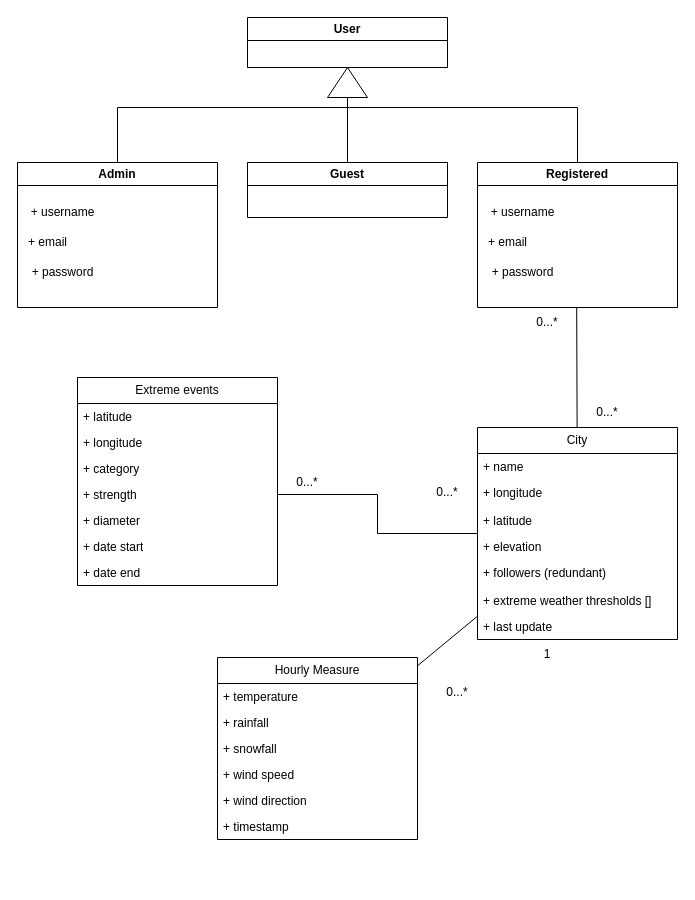
The draw.io diagram uml.drawio in AlessioSmn/Italy-Weather-Prediction-App, before the edit. Source tidied: cells renumbered, new cells numbered last; positions are measured from the earlier drawing's top-left corner, leaving out a move shared by most shapes. Both pictures are drawn from the tidied source at 100%, with x=0, y=0 at pixel (17, 17).
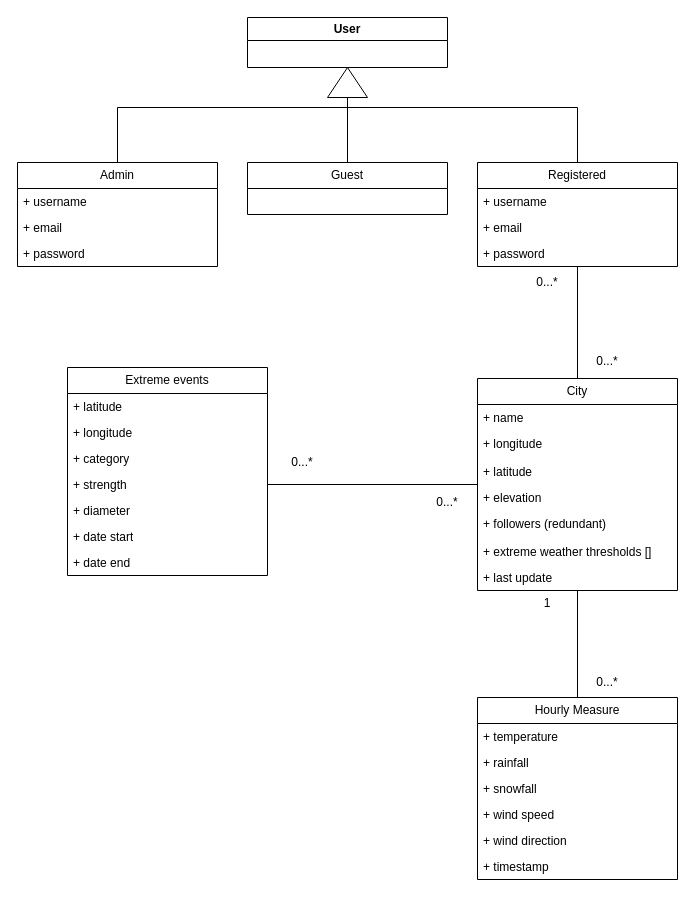
Above is the later version.

Unchanged cells that the change refers to:
```xml
<mxCell id="2" value="User" style="swimlane;whiteSpace=wrap;html=1;startSize=23;" parent="1" vertex="1">
  <mxGeometry x="230" width="200" height="50" as="geometry" />
</mxCell>
```

What changed in the source:
```diff
@@
-    <mxCell id="3" style="edgeStyle=orthogonalEdgeStyle;rounded=0;jettySize=auto;html=1;exitX=0.5;exitY=0;exitDx=0;exitDy=0;entryX=0.5;entryY=1;entryDx=0;entryDy=0;" parent="1" edge="1" source="4" target="2">
+    <mxCell id="3" style="edgeStyle=orthogonalEdgeStyle;rounded=0;jettySize=auto;html=1;entryX=0.5;entryY=1;entryDx=0;entryDy=0;" parent="1" edge="1" source="4" target="2">
       <mxGeometry relative="1" as="geometry" />
     </mxCell>
-    <mxCell id="4" value="Guest" style="swimlane;whiteSpace=wrap;html=1;" parent="1" vertex="1">
-      <mxGeometry x="230" y="145" width="200" height="55" as="geometry" />
-    </mxCell>
-    <mxCell id="5" style="edgeStyle=orthogonalEdgeStyle;rounded=0;jettySize=auto;html=1;exitX=0.5;exitY=0;exitDx=0;exitDy=0;entryX=0.5;entryY=1;entryDx=0;entryDy=0;" parent="1" edge="1" source="6" target="2">
+    <mxCell id="5" style="edgeStyle=orthogonalEdgeStyle;rounded=0;jettySize=auto;html=1;entryX=0.5;entryY=1;entryDx=0;entryDy=0;" parent="1" edge="1" source="6" target="2">
       <mxGeometry relative="1" as="geometry">
         <Array as="points">
           <mxPoint x="100" y="90" />
           <mxPoint x="330" y="90" />
         </Array>
       </mxGeometry>
     </mxCell>
-    <mxCell id="6" value="Admin" style="swimlane;whiteSpace=wrap;html=1;" parent="1" vertex="1">
-      <mxGeometry y="145" width="200" height="145" as="geometry" />
-    </mxCell>
-    <mxCell id="7" value="&lt;div&gt;+ username&lt;/div&gt;" style="text;html=1;align=center;verticalAlign=middle;strokeColor=none;fillColor=none;" parent="6" vertex="1">
-      <mxGeometry y="35" width="90" height="30" as="geometry" />
-    </mxCell>
-    <mxCell id="8" value="+ email" style="text;html=1;align=center;verticalAlign=middle;strokeColor=none;fillColor=none;" parent="6" vertex="1">
-      <mxGeometry y="65" width="60" height="30" as="geometry" />
-    </mxCell>
-    <mxCell id="9" value="+ password" style="text;html=1;align=center;verticalAlign=middle;strokeColor=none;fillColor=none;" parent="6" vertex="1">
-      <mxGeometry y="95" width="90" height="30" as="geometry" />
-    </mxCell>
@@
-    <mxCell id="12" style="endArrow=none;html=1;rounded=0;" parent="1" edge="1" source="31">
-      <mxGeometry relative="1" as="geometry">
-        <mxPoint x="559.2" y="290" as="targetPoint" />
-      </mxGeometry>
+    <mxCell id="12" style="endArrow=none;html=1;rounded=0;" parent="1" edge="1" source="31" target="15">
+      <mxGeometry relative="1" as="geometry" />
     </mxCell>
@@
-    <mxCell id="14" style="group;" parent="1" vertex="1">
-      <mxGeometry x="460" y="145" width="200" height="175" as="geometry" />
-    </mxCell>
-    <mxCell id="15" value="Registered" style="swimlane;whiteSpace=wrap;html=1;startSize=23;" parent="14" vertex="1">
-      <mxGeometry width="200" height="145" as="geometry" />
-    </mxCell>
-    <mxCell id="16" value="&lt;div&gt;+ username&lt;/div&gt;" style="text;html=1;align=center;verticalAlign=middle;strokeColor=none;fillColor=none;" parent="15" vertex="1">
-      <mxGeometry y="35" width="90" height="30" as="geometry" />
-    </mxCell>
-    <mxCell id="17" value="+ email" style="text;html=1;align=center;verticalAlign=middle;strokeColor=none;fillColor=none;" parent="15" vertex="1">
-      <mxGeometry y="65" width="60" height="30" as="geometry" />
-    </mxCell>
-    <mxCell id="18" value="+ password" style="text;html=1;align=center;verticalAlign=middle;strokeColor=none;fillColor=none;" parent="15" vertex="1">
-      <mxGeometry y="95" width="90" height="30" as="geometry" />
-    </mxCell>
-    <mxCell id="19" value="0...*" style="text;html=1;align=center;verticalAlign=middle;whiteSpace=wrap;rounded=0;" parent="14" vertex="1">
-      <mxGeometry x="40" y="145" width="60" height="30" as="geometry" />
-    </mxCell>
     <mxCell id="20" value="Extreme events" style="swimlane;fontStyle=0;horizontal=1;startSize=26;fillColor=none;whiteSpace=wrap;html=1;" parent="1" vertex="1">
-      <mxGeometry x="60" y="360" width="200" height="208" as="geometry" />
+      <mxGeometry x="50" y="350" width="200" height="208" as="geometry" />
     </mxCell>
@@
     <mxCell id="29" value="0...*" style="text;html=1;align=center;verticalAlign=middle;whiteSpace=wrap;rounded=0;" parent="1" vertex="1">
-      <mxGeometry x="260" y="450" width="60" height="30" as="geometry" />
+      <mxGeometry x="255" y="430" width="60" height="30" as="geometry" />
     </mxCell>
     <mxCell id="30" value="0...*" style="text;html=1;align=center;verticalAlign=middle;whiteSpace=wrap;rounded=0;" parent="1" vertex="1">
-      <mxGeometry x="400" y="460" width="60" height="30" as="geometry" />
+      <mxGeometry x="400" y="470" width="60" height="30" as="geometry" />
     </mxCell>
     <mxCell id="31" value="City" style="swimlane;fontStyle=0;horizontal=1;startSize=26;fillColor=none;whiteSpace=wrap;html=1;" parent="1" vertex="1">
-      <mxGeometry x="460" y="410" width="200" height="212" as="geometry" />
+      <mxGeometry x="460" y="361" width="200" height="212" as="geometry" />
     </mxCell>
@@
     <mxCell id="39" value="0...*" style="text;html=1;align=center;verticalAlign=middle;whiteSpace=wrap;rounded=0;" parent="1" vertex="1">
-      <mxGeometry x="560" y="380" width="60" height="30" as="geometry" />
+      <mxGeometry x="560" y="329" width="60" height="30" as="geometry" />
     </mxCell>
     <mxCell id="40" value="Hourly Measure" style="swimlane;fontStyle=0;horizontal=1;startSize=26;fillColor=none;whiteSpace=wrap;html=1;" parent="1" vertex="1">
-      <mxGeometry x="200" y="640" width="200" height="182" as="geometry" />
+      <mxGeometry x="460" y="680" width="200" height="182" as="geometry" />
     </mxCell>
@@
     <mxCell id="47" value="1" style="text;html=1;align=center;verticalAlign=middle;whiteSpace=wrap;rounded=0;" parent="1" vertex="1">
-      <mxGeometry x="500" y="622" width="60" height="30" as="geometry" />
+      <mxGeometry x="500" y="571" width="60" height="30" as="geometry" />
     </mxCell>
     <mxCell id="48" value="0...*" style="text;html=1;align=center;verticalAlign=middle;whiteSpace=wrap;rounded=0;" parent="1" vertex="1">
-      <mxGeometry x="410" y="660" width="60" height="30" as="geometry" />
+      <mxGeometry x="560" y="650" width="60" height="30" as="geometry" />
     </mxCell>
+    <mxCell id="6" value="Admin" style="swimlane;fontStyle=0;horizontal=1;startSize=26;fillColor=none;whiteSpace=wrap;html=1;" parent="1" vertex="1">
+      <mxGeometry y="145" width="200" height="104" as="geometry" />
+    </mxCell>
+    <mxCell id="49" value="+ username" style="text;strokeColor=none;fillColor=none;align=left;verticalAlign=top;spacingLeft=4;spacingRight=4;overflow=hidden;whiteSpace=wrap;html=1;" parent="6" vertex="1">
+      <mxGeometry y="26" width="200" height="26" as="geometry" />
+    </mxCell>
+    <mxCell id="50" value="+ email" style="text;strokeColor=none;fillColor=none;align=left;verticalAlign=top;spacingLeft=4;spacingRight=4;overflow=hidden;whiteSpace=wrap;html=1;" parent="6" vertex="1">
+      <mxGeometry y="52" width="200" height="26" as="geometry" />
+    </mxCell>
+    <mxCell id="51" value="+ password" style="text;strokeColor=none;fillColor=none;align=left;verticalAlign=top;spacingLeft=4;spacingRight=4;overflow=hidden;whiteSpace=wrap;html=1;" parent="6" vertex="1">
+      <mxGeometry y="78" width="200" height="26" as="geometry" />
+    </mxCell>
+    <mxCell id="15" value="Registered" style="swimlane;fontStyle=0;horizontal=1;startSize=26;fillColor=none;whiteSpace=wrap;html=1;" parent="1" vertex="1">
+      <mxGeometry x="460" y="145" width="200" height="104" as="geometry" />
+    </mxCell>
+    <mxCell id="52" value="+ username" style="text;strokeColor=none;fillColor=none;align=left;verticalAlign=top;spacingLeft=4;spacingRight=4;overflow=hidden;whiteSpace=wrap;html=1;" parent="15" vertex="1">
+      <mxGeometry y="26" width="200" height="26" as="geometry" />
+    </mxCell>
+    <mxCell id="53" value="+ email" style="text;strokeColor=none;fillColor=none;align=left;verticalAlign=top;spacingLeft=4;spacingRight=4;overflow=hidden;whiteSpace=wrap;html=1;" parent="15" vertex="1">
+      <mxGeometry y="52" width="200" height="26" as="geometry" />
+    </mxCell>
+    <mxCell id="54" value="+ password" style="text;strokeColor=none;fillColor=none;align=left;verticalAlign=top;spacingLeft=4;spacingRight=4;overflow=hidden;whiteSpace=wrap;html=1;" parent="15" vertex="1">
+      <mxGeometry y="78" width="200" height="26" as="geometry" />
+    </mxCell>
+    <mxCell id="4" value="Guest" style="swimlane;fontStyle=0;horizontal=1;startSize=26;fillColor=none;whiteSpace=wrap;html=1;" parent="1" vertex="1">
+      <mxGeometry x="230" y="145" width="200" height="52" as="geometry" />
+    </mxCell>
+    <mxCell id="19" value="0...*" style="text;html=1;align=center;verticalAlign=middle;whiteSpace=wrap;rounded=0;" parent="1" vertex="1">
+      <mxGeometry x="500" y="250" width="60" height="30" as="geometry" />
+    </mxCell>
```
